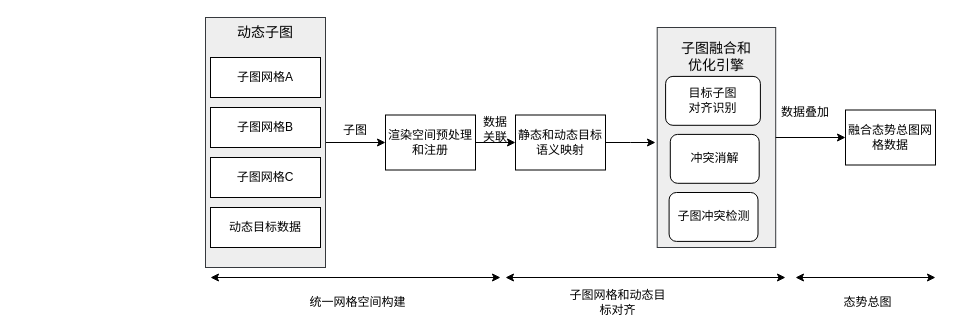
paleblackless/diagrams keeps this draw.io diagram as page "态势融合技术" (10 of 14) of 态势感知体系图.drawio. Above is the earlier version. Source tidied: cells renumbered, new cells numbered last; positions are measured from the earlier drawing's top-left corner, leaving out a move shared by most shapes. Both pictures are drawn from the tidied source at 100%, with x=0, y=0 at pixel (205, 17).
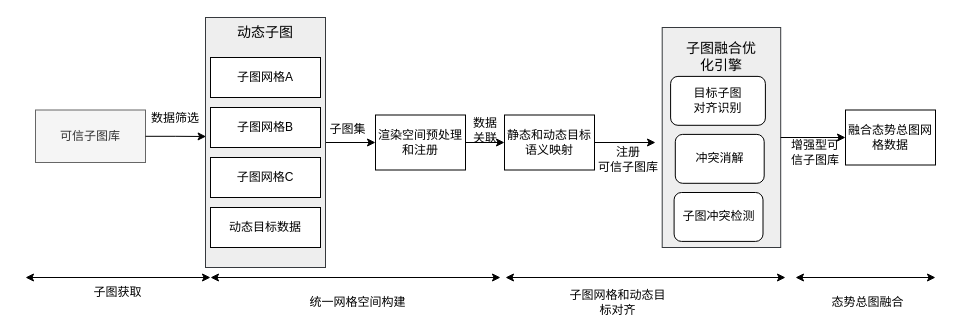
The same page after the edit.

The edit, as a diff of the source:
```diff
@@
     <mxCell id="11" value="渲染空间预处理&lt;div&gt;和注册&lt;/div&gt;" style="rounded=0;whiteSpace=wrap;html=1;" parent="1" vertex="1">
-      <mxGeometry x="180" y="97.5" width="90" height="55" as="geometry" />
+      <mxGeometry x="170" y="97.5" width="90" height="55" as="geometry" />
     </mxCell>
@@
     <mxCell id="13" value="静态和动态目标语义映射" style="rounded=0;whiteSpace=wrap;html=1;" parent="1" vertex="1">
-      <mxGeometry x="310" y="97.5" width="90" height="55" as="geometry" />
+      <mxGeometry x="299" y="97.5" width="90" height="55" as="geometry" />
     </mxCell>
-    <mxCell id="14" value="子图" style="text;html=1;whiteSpace=wrap;strokeColor=none;fillColor=none;align=center;verticalAlign=middle;rounded=0;" parent="1" vertex="1">
-      <mxGeometry x="120" y="97.5" width="60" height="30" as="geometry" />
+    <mxCell id="14" value="子图集" style="text;html=1;whiteSpace=wrap;strokeColor=none;fillColor=none;align=center;verticalAlign=middle;rounded=0;" parent="1" vertex="1">
+      <mxGeometry x="115" y="96.5" width="55" height="30" as="geometry" />
     </mxCell>
     <mxCell id="15" value="数据&lt;div&gt;关联&lt;/div&gt;" style="text;html=1;whiteSpace=wrap;strokeColor=none;fillColor=none;align=center;verticalAlign=middle;rounded=0;" parent="1" vertex="1">
-      <mxGeometry x="260" y="97" width="60" height="30" as="geometry" />
+      <mxGeometry x="250" y="97.5" width="60" height="30" as="geometry" />
     </mxCell>
@@
     <mxCell id="17" style="group;" parent="1" vertex="1">
-      <mxGeometry x="451.7" y="10" width="118.5" height="220" as="geometry" />
+      <mxGeometry x="456.7" y="10" width="118.5" height="220" as="geometry" />
     </mxCell>
@@
-    <mxCell id="22" value="&lt;span style=&quot;font-size: 14px;&quot;&gt;子图融合和优化引擎&lt;/span&gt;" style="text;html=1;whiteSpace=wrap;strokeColor=none;fillColor=none;align=center;verticalAlign=middle;rounded=0;" parent="17" vertex="1">
+    <mxCell id="22" value="&lt;span style=&quot;font-size: 14px;&quot;&gt;子图融合优化引擎&lt;/span&gt;" style="text;html=1;whiteSpace=wrap;strokeColor=none;fillColor=none;align=center;verticalAlign=middle;rounded=0;" parent="17" vertex="1">
       <mxGeometry x="20.2" y="8.6" width="78.1" height="41.4" as="geometry" />
     </mxCell>
@@
-    <mxCell id="29" value="态势总图" style="text;html=1;whiteSpace=wrap;strokeColor=none;fillColor=none;align=center;verticalAlign=middle;rounded=0;" parent="1" vertex="1">
+    <mxCell id="29" value="态势总图融合" style="text;html=1;whiteSpace=wrap;strokeColor=none;fillColor=none;align=center;verticalAlign=middle;rounded=0;" parent="1" vertex="1">
       <mxGeometry x="610" y="270" width="105" height="30" as="geometry" />
     </mxCell>
-    <mxCell id="30" value="数据叠加" style="text;html=1;whiteSpace=wrap;strokeColor=none;fillColor=none;align=center;verticalAlign=middle;rounded=0;" parent="1" vertex="1">
-      <mxGeometry x="570.2" y="80" width="60" height="30" as="geometry" />
+    <mxCell id="30" value="增强型可信子图库" style="text;html=1;whiteSpace=wrap;strokeColor=none;fillColor=none;align=center;verticalAlign=middle;rounded=0;" parent="1" vertex="1">
+      <mxGeometry x="580" y="120" width="60" height="30" as="geometry" />
     </mxCell>
+    <mxCell id="31" value="注册&lt;div&gt;可信子图库&lt;/div&gt;" style="text;html=1;whiteSpace=wrap;strokeColor=none;fillColor=none;align=center;verticalAlign=middle;rounded=0;" parent="1" vertex="1">
+      <mxGeometry x="383" y="126.5" width="80" height="30" as="geometry" />
+    </mxCell>
+    <mxCell id="32" value="可信子图库" style="rounded=0;whiteSpace=wrap;html=1;fillColor=#f5f5f5;fontColor=#333333;strokeColor=#666666;" parent="1" vertex="1">
+      <mxGeometry x="-170" y="92.5" width="110" height="52.5" as="geometry" />
+    </mxCell>
+    <mxCell id="33" style="edgeStyle=orthogonalEdgeStyle;rounded=0;jettySize=auto;html=1;entryX=0.005;entryY=0.612;entryDx=0;entryDy=0;entryPerimeter=0;" parent="1" edge="1" source="32">
+      <mxGeometry relative="1" as="geometry">
+        <mxPoint x="0.6" y="119" as="targetPoint" />
+      </mxGeometry>
+    </mxCell>
+    <mxCell id="34" value="数据筛选" style="text;html=1;whiteSpace=wrap;strokeColor=none;fillColor=none;align=center;verticalAlign=middle;rounded=0;" parent="1" vertex="1">
+      <mxGeometry x="-60" y="86" width="60" height="30" as="geometry" />
+    </mxCell>
+    <mxCell id="35" style="endArrow=classic;startArrow=classic;html=1;rounded=0;" parent="1" edge="1">
+      <mxGeometry relative="1" as="geometry">
+        <mxPoint x="-180" y="260" as="sourcePoint" />
+        <mxPoint x="5" y="260" as="targetPoint" />
+      </mxGeometry>
+    </mxCell>
+    <mxCell id="36" value="子图获取" style="text;html=1;whiteSpace=wrap;strokeColor=none;fillColor=none;align=center;verticalAlign=middle;rounded=0;" parent="1" vertex="1">
+      <mxGeometry x="-140" y="260" width="105" height="30" as="geometry" />
+    </mxCell>
```
